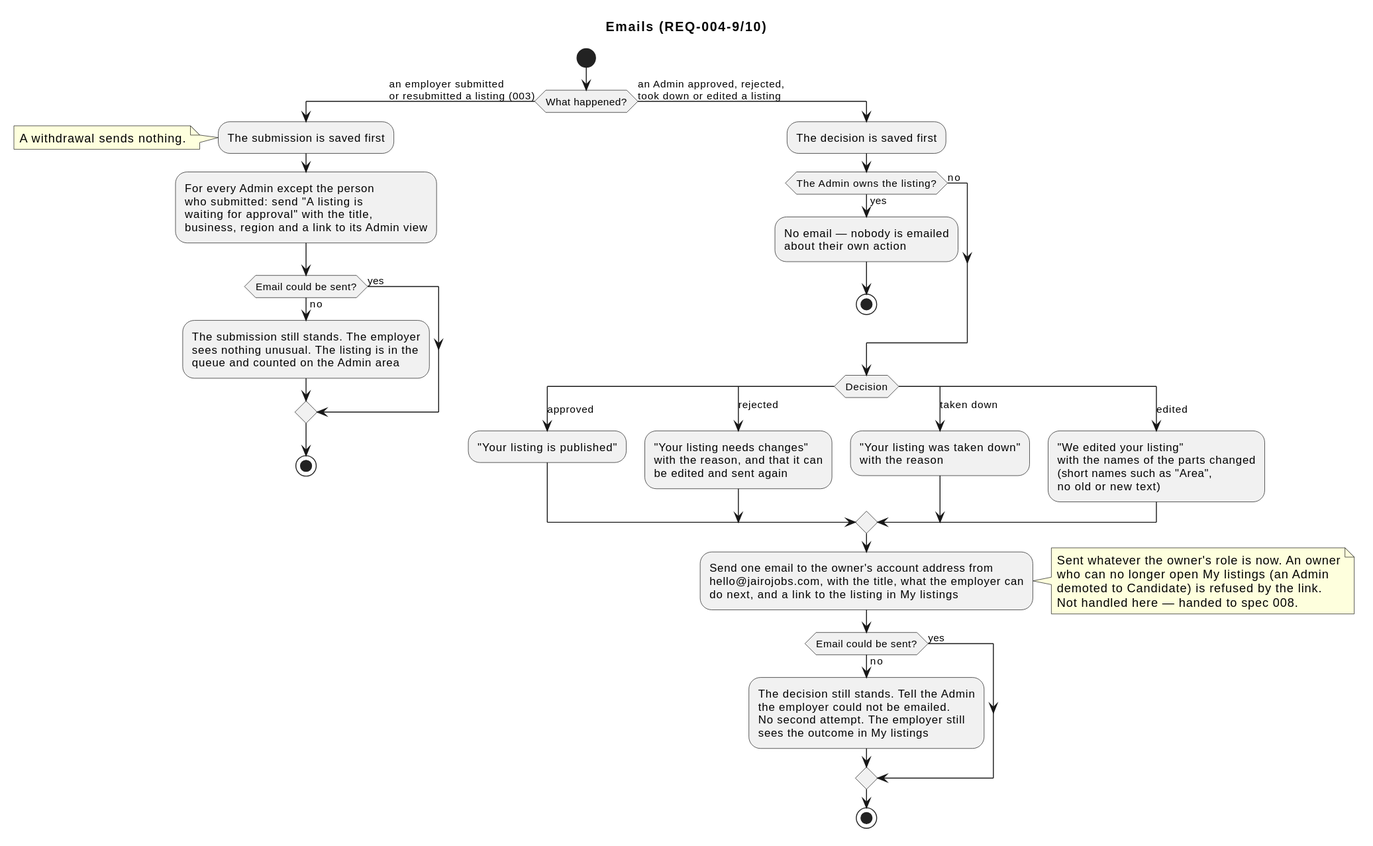
This is docs/specs/004-listings-admin-moderation/diagrams/activity-emails.svg from raseniero/jairojobs-elixir, a PlantUML export, as it was before one commit. Source of this version:
```plantuml
@startuml
title Emails (REQ-004-9/10)

start
if (What happened?) then (an employer submitted\nor resubmitted a listing (003))
  :The submission is saved first;
  note left
    A withdrawal sends nothing.
  end note
  :For every Admin except the person
  who submitted: send "A listing is
  waiting for approval" with the title,
  business, region and a link to its Admin view;
  if (Email could be sent?) then (no)
    :The submission still stands. The employer
    sees nothing unusual. The listing is in the
    queue and counted on the Admin area;
  else (yes)
  endif
  stop
else (an Admin approved, rejected,\ntook down or edited a listing)
  :The decision is saved first;
  if (The Admin owns the listing?) then (yes)
    :No email — nobody is emailed
    about their own action;
    stop
  else (no)
  endif
  switch (Decision)
  case (approved)
    :"Your listing is published";
  case (rejected)
    :"Your listing needs changes"
    with the reason, and that it can
    be edited and sent again;
  case (taken down)
    :"Your listing was taken down"
    with the reason;
  case (edited)
    :"We edited your listing"
    with the names of the parts changed
    (short names such as "Area",
    no old or new text);
  endswitch
  :Send one email to the owner's account address from
  hello@jairojobs.com, with the title, what the employer can
  do next, and a link to the listing in My listings;
  note right
    Sent whatever the owner's role is now. An owner
    who can no longer open My listings (an Admin
    demoted to Candidate) is refused by the link.
    Not handled here — handed to spec 008.
  end note
  if (Email could be sent?) then (no)
    :The decision still stands. Tell the Admin
    the employer could not be emailed.
    No second attempt. The employer still
    sees the outcome in My listings;
  else (yes)
  endif
  stop
endif
@enduml
```
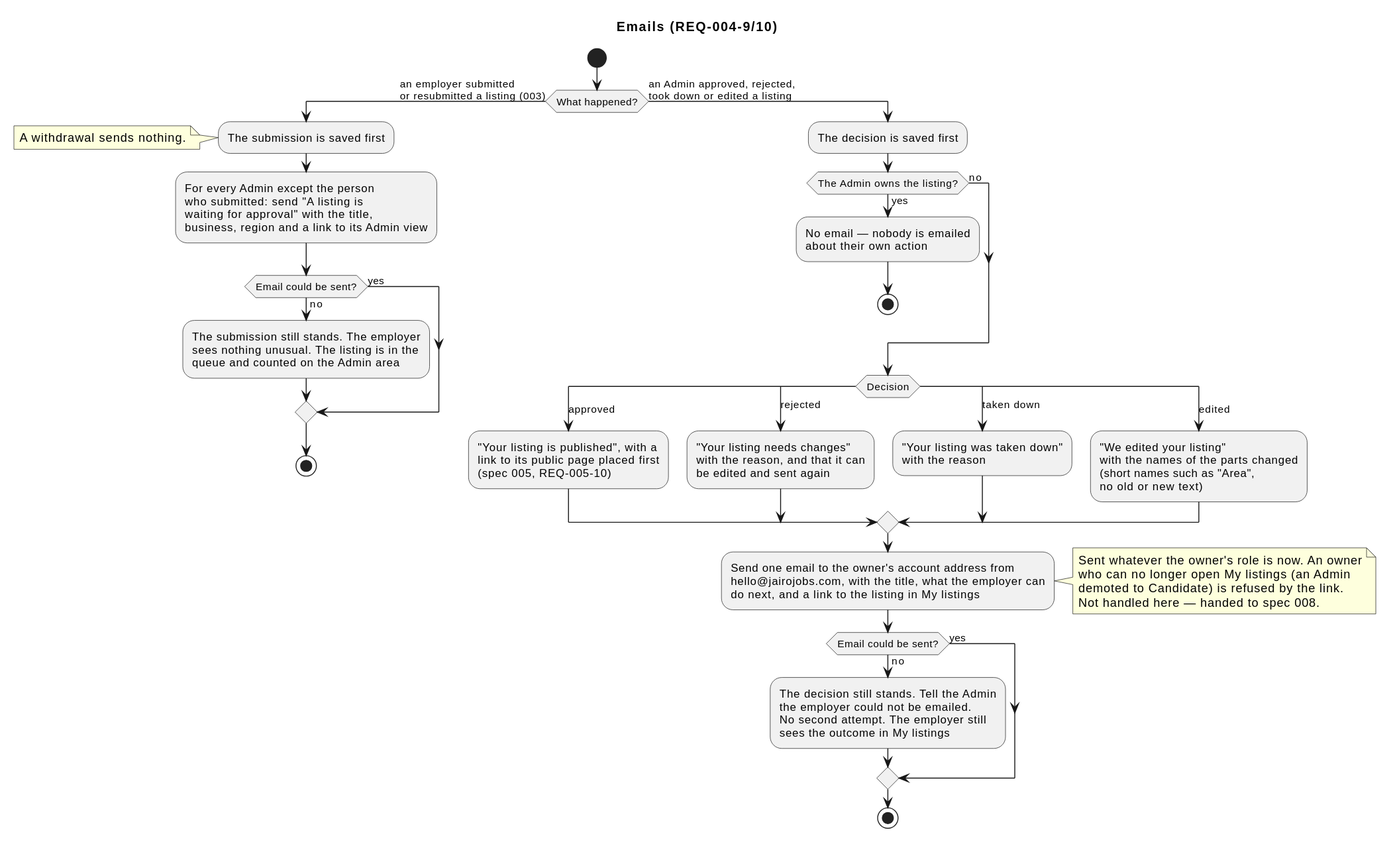
After the change.

What changed in the source:
```diff
@@ -28,7 +28,9 @@
   endif
   switch (Decision)
   case (approved)
-    :"Your listing is published";
+    :"Your listing is published", with a
+    link to its public page placed first
+    (spec 005, REQ-005-10);
   case (rejected)
     :"Your listing needs changes"
     with the reason, and that it can
```
